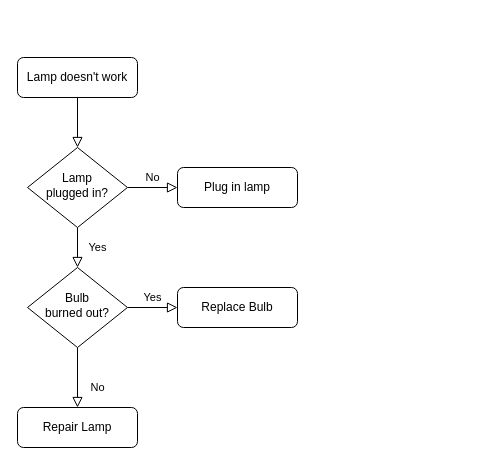
Earlier version of the draw.io diagram draw.io/clubProblem.drawio (HyeeunKim07/assessment). Source tidied: cells renumbered, new cells numbered last; positions are measured from the earlier drawing's top-left corner, leaving out a move shared by most shapes. Both pictures are drawn from the tidied source at 100%, with x=0, y=0 at pixel (17, 57).
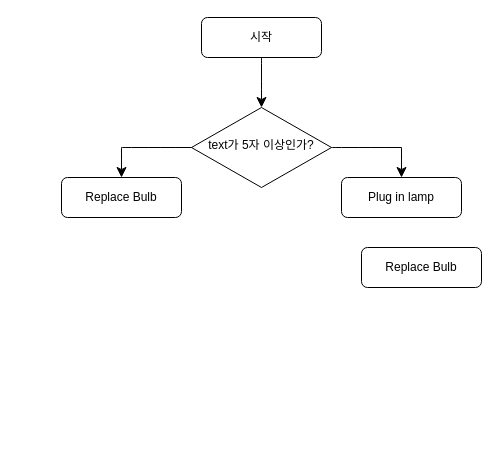
The same page after the edit.

What changed in the source:
```diff
@@
 <mxGraphModel>
   <root>
     <mxCell id="0" />
     <mxCell id="1" parent="0" />
-    <mxCell id="2" style="rounded=0;html=1;jettySize=auto;fontSize=11;endArrow=block;endFill=0;endSize=8;strokeWidth=1;shadow=0;labelBackgroundColor=none;edgeStyle=orthogonalEdgeStyle;" parent="1" edge="1" source="3" target="6">
-      <mxGeometry relative="1" as="geometry" />
-    </mxCell>
-    <mxCell id="3" value="Lamp doesn't work" style="rounded=1;whiteSpace=wrap;html=1;fontSize=12;glass=0;strokeWidth=1;shadow=0;" parent="1" vertex="1">
-      <mxGeometry width="120" height="40" as="geometry" />
+    <mxCell id="3" value="시작" style="rounded=1;whiteSpace=wrap;html=1;fontSize=12;glass=0;strokeWidth=1;shadow=0;" parent="1" vertex="1">
+      <mxGeometry x="184" y="-40" width="120" height="40" as="geometry" />
     </mxCell>
-    <mxCell id="4" value="Yes" style="rounded=0;html=1;jettySize=auto;fontSize=11;endArrow=block;endFill=0;endSize=8;strokeWidth=1;shadow=0;labelBackgroundColor=none;edgeStyle=orthogonalEdgeStyle;" parent="1" edge="1" source="6" target="10">
-      <mxGeometry y="20" relative="1" as="geometry" />
-    </mxCell>
-    <mxCell id="5" value="No" style="edgeStyle=orthogonalEdgeStyle;rounded=0;html=1;jettySize=auto;fontSize=11;endArrow=block;endFill=0;endSize=8;strokeWidth=1;shadow=0;labelBackgroundColor=none;" parent="1" edge="1" source="6" target="7">
-      <mxGeometry y="10" relative="1" as="geometry" />
-    </mxCell>
-    <mxCell id="6" value="Lamp&lt;br&gt;plugged in?" style="rhombus;whiteSpace=wrap;html=1;shadow=0;fontFamily=Helvetica;fontSize=12;align=center;strokeWidth=1;spacing=6;spacingTop=-4;" parent="1" vertex="1">
-      <mxGeometry x="10" y="90" width="100" height="80" as="geometry" />
+    <mxCell id="6" value="text가 5자 이상인가?" style="rhombus;whiteSpace=wrap;html=1;shadow=0;fontFamily=Helvetica;fontSize=12;align=center;strokeWidth=1;spacing=6;spacingTop=-4;" parent="1" vertex="1">
+      <mxGeometry x="174" y="50" width="140" height="80" as="geometry" />
     </mxCell>
     <mxCell id="7" value="Plug in lamp" style="rounded=1;whiteSpace=wrap;html=1;fontSize=12;glass=0;strokeWidth=1;shadow=0;" parent="1" vertex="1">
-      <mxGeometry x="160" y="110" width="120" height="40" as="geometry" />
+      <mxGeometry x="324" y="120" width="120" height="40" as="geometry" />
     </mxCell>
-    <mxCell id="8" value="No" style="rounded=0;html=1;jettySize=auto;fontSize=11;endArrow=block;endFill=0;endSize=8;strokeWidth=1;shadow=0;labelBackgroundColor=none;edgeStyle=orthogonalEdgeStyle;" parent="1" edge="1" source="10" target="11">
-      <mxGeometry x="0.33" y="20" relative="1" as="geometry" />
-    </mxCell>
-    <mxCell id="9" value="Yes" style="edgeStyle=orthogonalEdgeStyle;rounded=0;html=1;jettySize=auto;fontSize=11;endArrow=block;endFill=0;endSize=8;strokeWidth=1;shadow=0;labelBackgroundColor=none;" parent="1" edge="1" source="10" target="12">
-      <mxGeometry y="10" relative="1" as="geometry" />
-    </mxCell>
-    <mxCell id="10" value="Bulb&lt;br&gt;burned out?" style="rhombus;whiteSpace=wrap;html=1;shadow=0;fontFamily=Helvetica;fontSize=12;align=center;strokeWidth=1;spacing=6;spacingTop=-4;" parent="1" vertex="1">
-      <mxGeometry x="10" y="210" width="100" height="80" as="geometry" />
-    </mxCell>
-    <mxCell id="11" value="Repair Lamp" style="rounded=1;whiteSpace=wrap;html=1;fontSize=12;glass=0;strokeWidth=1;shadow=0;" parent="1" vertex="1">
-      <mxGeometry y="350" width="120" height="40" as="geometry" />
-    </mxCell>
     <mxCell id="12" value="Replace Bulb" style="rounded=1;whiteSpace=wrap;html=1;fontSize=12;glass=0;strokeWidth=1;shadow=0;" parent="1" vertex="1">
-      <mxGeometry x="160" y="230" width="120" height="40" as="geometry" />
+      <mxGeometry x="344" y="190" width="120" height="40" as="geometry" />
     </mxCell>
+    <mxCell id="13" style="endArrow=none;html=1;rounded=0;fontSize=12;startSize=8;endSize=8;curved=1;entryX=0;entryY=0.5;entryDx=0;entryDy=0;" parent="1" edge="1" target="6">
+      <mxGeometry relative="1" as="geometry">
+        <mxPoint x="104" y="90" as="sourcePoint" />
+      </mxGeometry>
+    </mxCell>
+    <mxCell id="14" style="endArrow=classic;html=1;rounded=0;fontSize=12;startSize=8;endSize=8;curved=1;" parent="1" edge="1">
+      <mxGeometry relative="1" as="geometry">
+        <mxPoint x="104" y="90" as="sourcePoint" />
+        <mxPoint x="104" y="120" as="targetPoint" />
+      </mxGeometry>
+    </mxCell>
+    <mxCell id="2" style="endArrow=classic;html=1;rounded=0;fontSize=12;startSize=8;endSize=8;curved=1;exitX=0.5;exitY=1;exitDx=0;exitDy=0;" parent="1" edge="1" source="3" target="6">
+      <mxGeometry relative="1" as="geometry" />
+    </mxCell>
+    <mxCell id="15" style="endArrow=none;html=1;rounded=0;fontSize=12;startSize=8;endSize=8;curved=1;exitX=1;exitY=0.5;exitDx=0;exitDy=0;" parent="1" edge="1" source="6">
+      <mxGeometry relative="1" as="geometry">
+        <mxPoint x="384" y="90" as="targetPoint" />
+      </mxGeometry>
+    </mxCell>
+    <mxCell id="16" style="endArrow=classic;html=1;rounded=0;fontSize=12;startSize=8;endSize=8;curved=1;" parent="1" edge="1" target="7">
+      <mxGeometry relative="1" as="geometry">
+        <mxPoint x="384" y="90" as="sourcePoint" />
+      </mxGeometry>
+    </mxCell>
+    <mxCell id="17" value="Replace Bulb" style="rounded=1;whiteSpace=wrap;html=1;fontSize=12;glass=0;strokeWidth=1;shadow=0;" parent="1" vertex="1">
+      <mxGeometry x="44" y="120" width="120" height="40" as="geometry" />
+    </mxCell>
   </root>
 </mxGraphModel>
```
